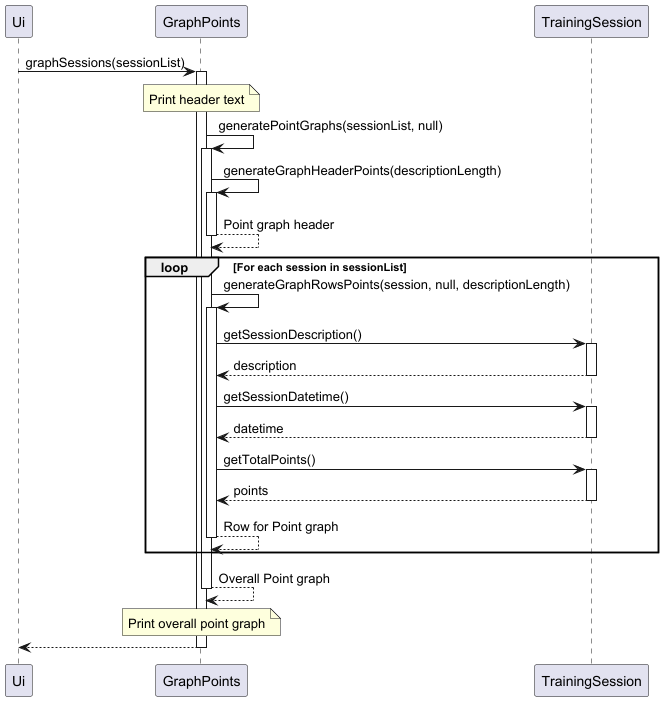
The PlantUML diagram docs/Images/Sequence_graphSessions.png in nus-cs2113-AY2425S1/tp, before a commit.
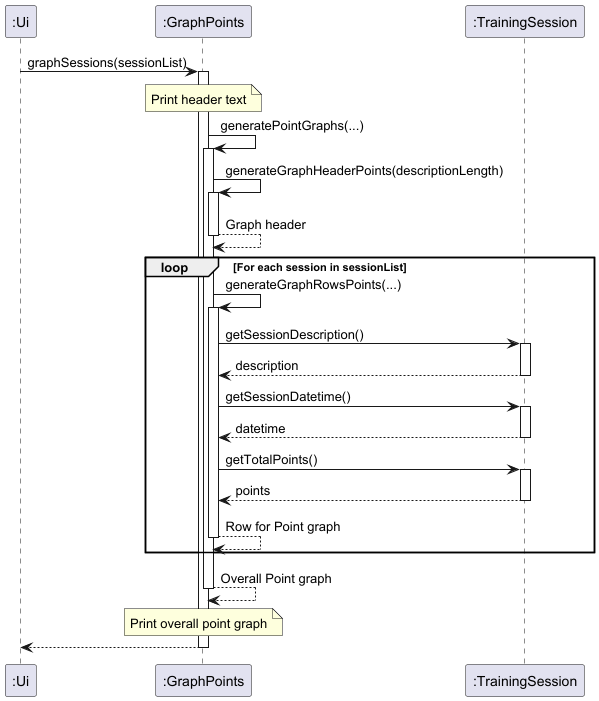
After the change.

Change to the diagram source:
```diff
@@ -1,50 +1,50 @@
 @startuml
-participant Ui as User
-participant GraphPoints
-participant TrainingSession
+participant ":Ui" as User
+participant ":GraphPoints"
+participant ":TrainingSession"
 
-User -> GraphPoints : graphSessions(sessionList)
-activate GraphPoints
+User -> ":GraphPoints" : graphSessions(sessionList)
+activate ":GraphPoints"
 
-note over GraphPoints
+note over ":GraphPoints"
     Print header text
 end note
 
-GraphPoints -> GraphPoints : generatePointGraphs(sessionList, null)
-activate GraphPoints
-GraphPoints -> GraphPoints : generateGraphHeaderPoints(descriptionLength)
-activate GraphPoints
-GraphPoints --> GraphPoints : Point graph header
-deactivate GraphPoints
+":GraphPoints" -> ":GraphPoints" : generatePointGraphs(...)
+activate ":GraphPoints"
+":GraphPoints" -> ":GraphPoints" : generateGraphHeaderPoints(descriptionLength)
+activate ":GraphPoints"
+":GraphPoints" --> ":GraphPoints" : Graph header
+deactivate ":GraphPoints"
 
 loop For each session in sessionList
-    GraphPoints -> GraphPoints : generateGraphRowsPoints(session, null, descriptionLength)
-    activate GraphPoints
+    ":GraphPoints" -> ":GraphPoints" : generateGraphRowsPoints(...)
+    activate ":GraphPoints"
 
-    GraphPoints -> TrainingSession : getSessionDescription()
-    activate TrainingSession
-    TrainingSession --> GraphPoints : description
-    deactivate TrainingSession
+    ":GraphPoints" -> ":TrainingSession" : getSessionDescription()
+    activate ":TrainingSession"
+    ":TrainingSession" --> ":GraphPoints" : description
+    deactivate ":TrainingSession"
 
-    GraphPoints -> TrainingSession : getSessionDatetime()
-    activate TrainingSession
-    TrainingSession --> GraphPoints : datetime
-    deactivate TrainingSession
+    ":GraphPoints" -> ":TrainingSession" : getSessionDatetime()
+    activate ":TrainingSession"
+    ":TrainingSession" --> ":GraphPoints" : datetime
+    deactivate ":TrainingSession"
 
-    GraphPoints -> TrainingSession : getTotalPoints()
-    activate TrainingSession
-    TrainingSession --> GraphPoints : points
-    deactivate TrainingSession
-    GraphPoints --> GraphPoints : Row for Point graph
-    deactivate GraphPoints
+    ":GraphPoints" -> ":TrainingSession" : getTotalPoints()
+    activate ":TrainingSession"
+    ":TrainingSession" --> ":GraphPoints" : points
+    deactivate ":TrainingSession"
+    ":GraphPoints" --> ":GraphPoints" : Row for Point graph
+    deactivate ":GraphPoints"
 end loop
 
-GraphPoints --> GraphPoints : Overall Point graph
-note over GraphPoints
+":GraphPoints" --> ":GraphPoints" : Overall Point graph
+note over ":GraphPoints"
     Print overall point graph
 end note
-deactivate GraphPoints
+deactivate ":GraphPoints"
 
-User <-- GraphPoints :
-deactivate GraphPoints
+User <-- ":GraphPoints" :
+deactivate ":GraphPoints"
 @enduml
```
